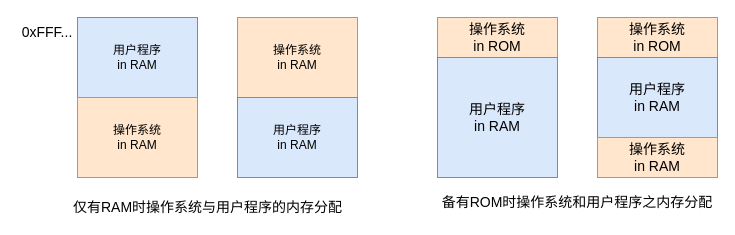
Above: Draw.io/OperatingSystem.drawio in DepInjoy/geektime (draw.io), before the change. Source tidied: cells renumbered, new cells numbered last; positions are measured from the earlier drawing's top-left corner, leaving out a move shared by most shapes. Both pictures are drawn from the tidied source at 100%, with x=0, y=0 at pixel (17, 17).
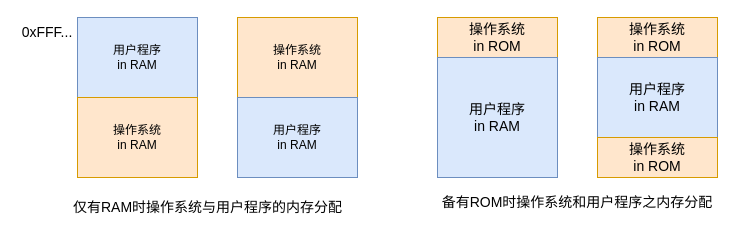
Above is the later version.

Commit message:
更新操作系统在内存中的位置

Change to the diagram source:
```diff
@@
 <mxGraphModel>
   <root>
     <mxCell id="0" />
     <mxCell id="1" parent="0" />
     <mxCell id="2" value="用户程序&lt;br&gt;in RAM" style="rounded=0;whiteSpace=wrap;html=1;fillColor=#dae8fc;strokeColor=#6c8ebf;" parent="1" vertex="1">
       <mxGeometry x="60" width="120" height="80" as="geometry" />
     </mxCell>
     <mxCell id="3" value="&lt;span style=&quot;&quot;&gt;操作系统&lt;/span&gt;&lt;br style=&quot;&quot;&gt;&lt;span style=&quot;&quot;&gt;in RAM&lt;/span&gt;" style="rounded=0;whiteSpace=wrap;html=1;fillColor=#ffe6cc;strokeColor=#d79b00;" parent="1" vertex="1">
       <mxGeometry x="60" y="80" width="120" height="80" as="geometry" />
     </mxCell>
     <mxCell id="4" value="操作系统&lt;br&gt;in RAM" style="rounded=0;whiteSpace=wrap;html=1;fillColor=#ffe6cc;strokeColor=#d79b00;" parent="1" vertex="1">
       <mxGeometry x="220" width="120" height="80" as="geometry" />
     </mxCell>
     <mxCell id="5" value="&lt;span style=&quot;&quot;&gt;用户程序&lt;/span&gt;&lt;br style=&quot;&quot;&gt;&lt;span style=&quot;&quot;&gt;in RAM&lt;/span&gt;" style="rounded=0;whiteSpace=wrap;html=1;fillColor=#dae8fc;strokeColor=#6c8ebf;" parent="1" vertex="1">
       <mxGeometry x="220" y="80" width="120" height="80" as="geometry" />
     </mxCell>
     <mxCell id="6" value="&lt;font style=&quot;font-size: 14px;&quot;&gt;仅有RAM时操作系统与用户程序的内存分配&lt;/font&gt;" style="text;html=1;align=center;verticalAlign=middle;strokeColor=none;fillColor=none;" parent="1" vertex="1">
       <mxGeometry x="50" y="180" width="280" height="20" as="geometry" />
     </mxCell>
     <mxCell id="7" value="0xFFF..." style="text;html=1;strokeColor=none;fillColor=none;align=center;verticalAlign=middle;whiteSpace=wrap;rounded=0;fontSize=14;" parent="1" vertex="1">
       <mxGeometry width="60" height="30" as="geometry" />
     </mxCell>
     <mxCell id="8" value="操作系统&lt;br&gt;in ROM" style="rounded=0;whiteSpace=wrap;html=1;fontSize=14;fillColor=#ffe6cc;strokeColor=#d79b00;" parent="1" vertex="1">
       <mxGeometry x="420" width="120" height="40" as="geometry" />
     </mxCell>
     <mxCell id="9" value="用户程序&lt;br&gt;in RAM" style="rounded=0;whiteSpace=wrap;html=1;fontSize=14;fillColor=#dae8fc;strokeColor=#6c8ebf;" parent="1" vertex="1">
       <mxGeometry x="420" y="40" width="120" height="120" as="geometry" />
     </mxCell>
     <mxCell id="10" value="操作系统&lt;br&gt;in ROM" style="rounded=0;whiteSpace=wrap;html=1;fontSize=14;fillColor=#ffe6cc;strokeColor=#d79b00;" parent="1" vertex="1">
       <mxGeometry x="580" width="120" height="40" as="geometry" />
     </mxCell>
     <mxCell id="11" value="用户程序&lt;br&gt;in RAM" style="rounded=0;whiteSpace=wrap;html=1;fontSize=14;fillColor=#dae8fc;strokeColor=#6c8ebf;" parent="1" vertex="1">
       <mxGeometry x="580" y="40" width="120" height="80" as="geometry" />
     </mxCell>
-    <mxCell id="12" value="操作系统&lt;br&gt;in RAM" style="rounded=0;whiteSpace=wrap;html=1;fontSize=14;fillColor=#ffe6cc;strokeColor=#d79b00;" parent="1" vertex="1">
+    <mxCell id="12" value="操作系统&lt;br&gt;in ROM" style="rounded=0;whiteSpace=wrap;html=1;fontSize=14;fillColor=#ffe6cc;strokeColor=#d79b00;" parent="1" vertex="1">
       <mxGeometry x="580" y="120" width="120" height="40" as="geometry" />
     </mxCell>
     <mxCell id="13" value="备有ROM时操作系统和用户程序之内存分配" style="text;html=1;strokeColor=none;fillColor=none;align=center;verticalAlign=middle;whiteSpace=wrap;rounded=0;fontSize=14;" parent="1" vertex="1">
       <mxGeometry x="420" y="170" width="280" height="30" as="geometry" />
     </mxCell>
   </root>
 </mxGraphModel>
```
